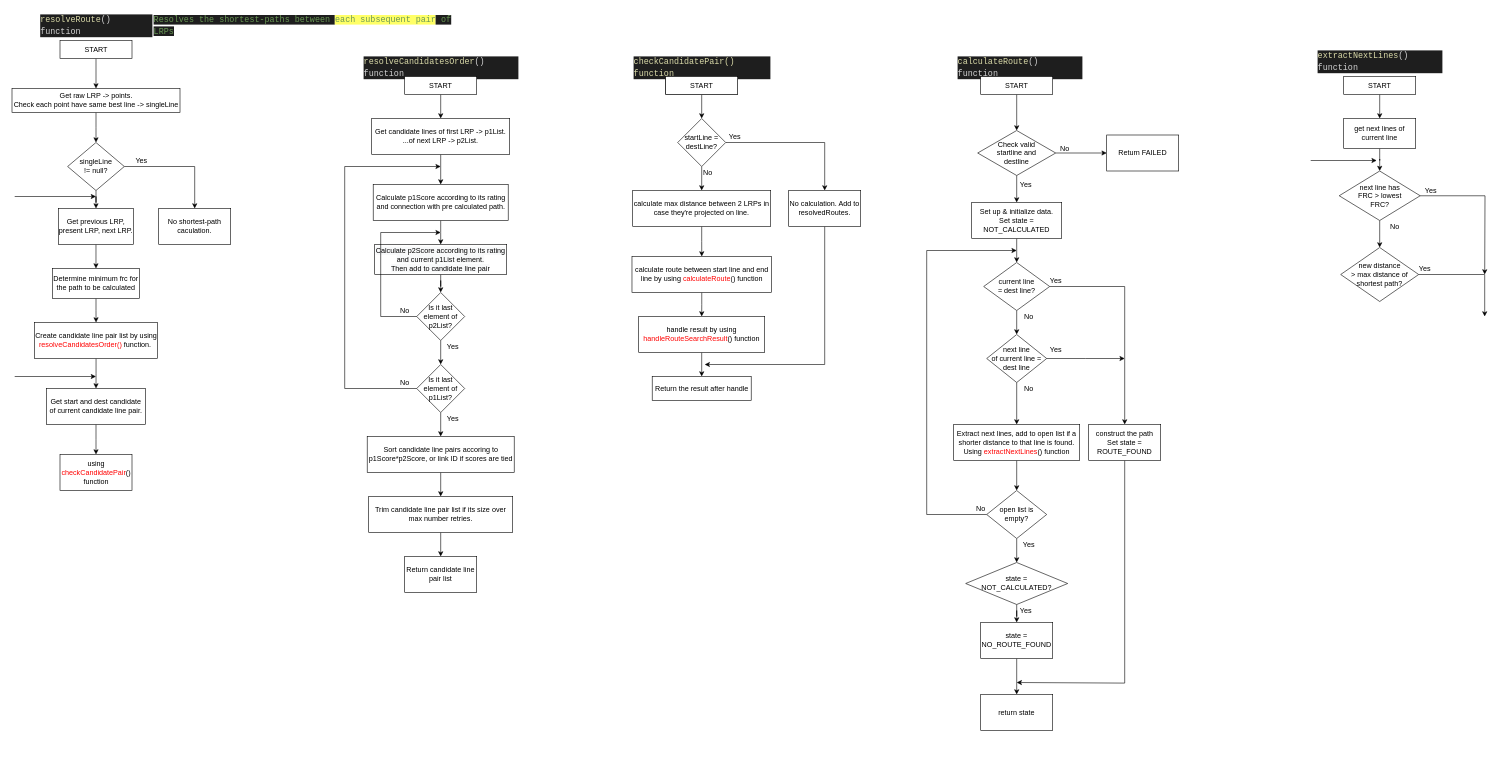
kiethuynh468/Test keeps this draw.io diagram as page "Resolve Route" (4 of 4) of AbstractDecoder.drawio. Above is the earlier version. Source tidied: cells renumbered, new cells numbered last; positions are measured from the earlier drawing's top-left corner, leaving out a move shared by most shapes. Both pictures are drawn from the tidied source at 60%, with x=0, y=0 at pixel (12, 10).
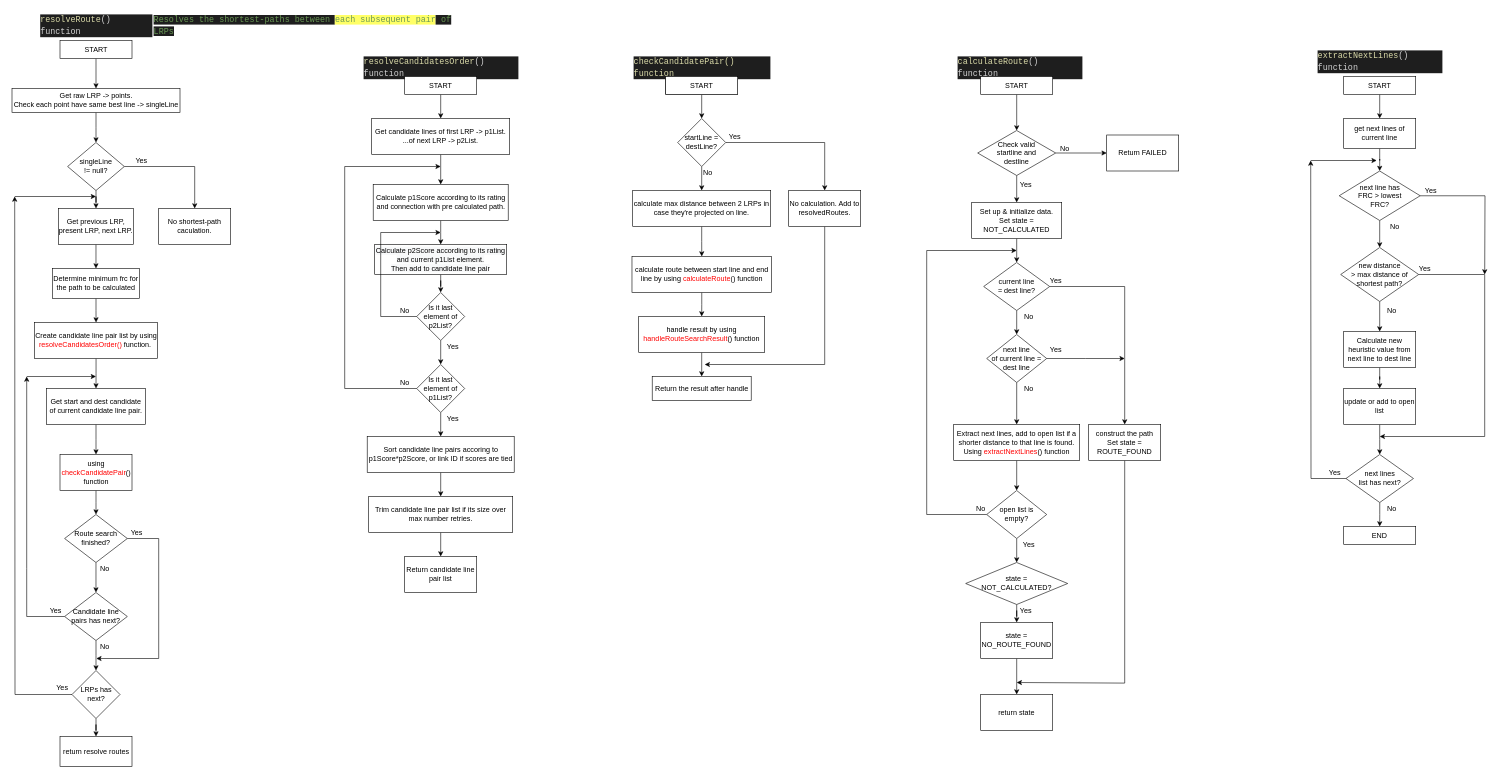
After the change.

The change refers to these unchanged cells:
```xml
<mxCell id="47" value="using &lt;font color=&quot;#ff0000&quot;&gt;checkCandidatePair&lt;/font&gt;() function" style="whiteSpace=wrap;html=1;rounded=0;" parent="1" vertex="1">
  <mxGeometry x="79.5" y="740" width="120" height="60" as="geometry" />
</mxCell>
<mxCell id="114" value="new distance&lt;br&gt;&amp;gt; max distance of &lt;br&gt;shortest path?" style="rhombus;whiteSpace=wrap;html=1;rounded=0;labelBackgroundColor=none;" parent="1" vertex="1">
  <mxGeometry x="2214" y="395" width="130" height="90" as="geometry" />
</mxCell>
```

The edit, as a diff of the source:
```diff
@@
     <mxCell id="43" style="edgeStyle=orthogonalEdgeStyle;rounded=0;orthogonalLoop=1;jettySize=auto;html=1;" parent="1" edge="1">
       <mxGeometry relative="1" as="geometry">
-        <mxPoint x="4" y="610" as="sourcePoint" />
+        <mxPoint x="24" y="610" as="sourcePoint" />
         <mxPoint x="139.5" y="610" as="targetPoint" />
         <Array as="points">
           <mxPoint x="49.5" y="610" />
           <mxPoint x="49.5" y="610" />
         </Array>
       </mxGeometry>
     </mxCell>
@@
+    <mxCell id="116" style="edgeStyle=orthogonalEdgeStyle;rounded=0;jettySize=auto;html=1;" parent="1" edge="1" source="47" target="131">
+      <mxGeometry relative="1" as="geometry" />
+    </mxCell>
@@
     <mxCell id="113" style="edgeStyle=orthogonalEdgeStyle;rounded=0;jettySize=auto;html=1;fontColor=#000000;" parent="1" edge="1" source="114">
       <mxGeometry relative="1" as="geometry">
-        <mxPoint x="2454" y="510" as="targetPoint" />
+        <mxPoint x="2279" y="710" as="targetPoint" />
         <Array as="points">
           <mxPoint x="2454" y="440" />
         </Array>
       </mxGeometry>
     </mxCell>
+    <mxCell id="117" style="edgeStyle=orthogonalEdgeStyle;rounded=0;jettySize=auto;html=1;" parent="1" edge="1" source="114" target="119">
+      <mxGeometry relative="1" as="geometry" />
+    </mxCell>
@@
+    <mxCell id="118" style="edgeStyle=orthogonalEdgeStyle;rounded=0;jettySize=auto;html=1;" parent="1" edge="1" source="119" target="122">
+      <mxGeometry relative="1" as="geometry" />
+    </mxCell>
+    <mxCell id="119" value="Calculate new heuristic value from next line to dest line" style="whiteSpace=wrap;html=1;rounded=0;labelBackgroundColor=none;" parent="1" vertex="1">
+      <mxGeometry x="2219" y="535" width="120" height="60" as="geometry" />
+    </mxCell>
+    <mxCell id="120" value="No" style="text;html=1;align=center;verticalAlign=middle;strokeColor=none;fillColor=none;fontColor=#000000;" parent="1" vertex="1">
+      <mxGeometry x="2284" y="490" width="30" height="20" as="geometry" />
+    </mxCell>
+    <mxCell id="121" style="edgeStyle=orthogonalEdgeStyle;rounded=0;jettySize=auto;html=1;" parent="1" edge="1" source="122" target="125">
+      <mxGeometry relative="1" as="geometry" />
+    </mxCell>
+    <mxCell id="122" value="update or add to open list" style="whiteSpace=wrap;html=1;rounded=0;labelBackgroundColor=none;" parent="1" vertex="1">
+      <mxGeometry x="2219" y="630" width="120" height="60" as="geometry" />
+    </mxCell>
+    <mxCell id="123" style="edgeStyle=orthogonalEdgeStyle;rounded=0;jettySize=auto;html=1;" parent="1" edge="1" source="125">
+      <mxGeometry relative="1" as="geometry">
+        <mxPoint x="2164" y="250" as="targetPoint" />
+      </mxGeometry>
+    </mxCell>
+    <mxCell id="124" style="edgeStyle=orthogonalEdgeStyle;rounded=0;jettySize=auto;html=1;" parent="1" edge="1" source="125" target="126">
+      <mxGeometry relative="1" as="geometry" />
+    </mxCell>
+    <mxCell id="125" value="next lines &lt;br&gt;list has next?" style="rhombus;whiteSpace=wrap;html=1;rounded=0;labelBackgroundColor=none;" parent="1" vertex="1">
+      <mxGeometry x="2222.8" y="740" width="112.5" height="80" as="geometry" />
+    </mxCell>
+    <mxCell id="126" value="END" style="whiteSpace=wrap;html=1;rounded=0;labelBackgroundColor=none;" parent="1" vertex="1">
+      <mxGeometry x="2219" y="860" width="120" height="30" as="geometry" />
+    </mxCell>
+    <mxCell id="127" value="Yes" style="text;html=1;align=center;verticalAlign=middle;strokeColor=none;fillColor=none;" parent="1" vertex="1">
+      <mxGeometry x="2189" y="760" width="30" height="20" as="geometry" />
+    </mxCell>
+    <mxCell id="128" value="No" style="text;html=1;align=center;verticalAlign=middle;strokeColor=none;fillColor=none;" parent="1" vertex="1">
+      <mxGeometry x="2284" y="820" width="30" height="20" as="geometry" />
+    </mxCell>
+    <mxCell id="129" style="edgeStyle=orthogonalEdgeStyle;rounded=0;jettySize=auto;html=1;" parent="1" edge="1" source="131" target="134">
+      <mxGeometry relative="1" as="geometry" />
+    </mxCell>
+    <mxCell id="130" style="edgeStyle=orthogonalEdgeStyle;rounded=0;jettySize=auto;html=1;" parent="1" edge="1" source="131">
+      <mxGeometry relative="1" as="geometry">
+        <mxPoint x="140" y="1080" as="targetPoint" />
+        <Array as="points">
+          <mxPoint x="244" y="880" />
+          <mxPoint x="244" y="1080" />
+        </Array>
+      </mxGeometry>
+    </mxCell>
+    <mxCell id="131" value="Route search finished?" style="rhombus;whiteSpace=wrap;html=1;rounded=0;" parent="1" vertex="1">
+      <mxGeometry x="87.2" y="840" width="104.5" height="80" as="geometry" />
+    </mxCell>
+    <mxCell id="132" style="edgeStyle=orthogonalEdgeStyle;rounded=0;jettySize=auto;html=1;" parent="1" edge="1" source="134">
+      <mxGeometry relative="1" as="geometry">
+        <mxPoint x="24" y="610" as="targetPoint" />
+        <Array as="points">
+          <mxPoint x="24" y="1010" />
+          <mxPoint x="24" y="930" />
+        </Array>
+      </mxGeometry>
+    </mxCell>
+    <mxCell id="133" style="edgeStyle=orthogonalEdgeStyle;rounded=0;jettySize=auto;html=1;" parent="1" edge="1" source="134" target="137">
+      <mxGeometry relative="1" as="geometry" />
+    </mxCell>
+    <mxCell id="134" value="Candidate line pairs has next?" style="rhombus;whiteSpace=wrap;html=1;rounded=0;" parent="1" vertex="1">
+      <mxGeometry x="87.2" y="970" width="104.5" height="80" as="geometry" />
+    </mxCell>
+    <mxCell id="135" style="edgeStyle=orthogonalEdgeStyle;rounded=0;jettySize=auto;html=1;" parent="1" edge="1" source="137">
+      <mxGeometry relative="1" as="geometry">
+        <mxPoint x="4" y="310" as="targetPoint" />
+      </mxGeometry>
+    </mxCell>
+    <mxCell id="136" style="edgeStyle=orthogonalEdgeStyle;rounded=0;jettySize=auto;html=1;" parent="1" edge="1" source="137" target="143">
+      <mxGeometry relative="1" as="geometry" />
+    </mxCell>
+    <mxCell id="137" value="LRPs has next?" style="rhombus;whiteSpace=wrap;html=1;rounded=0;" parent="1" vertex="1">
+      <mxGeometry x="99.5" y="1100" width="80" height="80" as="geometry" />
+    </mxCell>
+    <mxCell id="138" value="No" style="text;html=1;align=center;verticalAlign=middle;strokeColor=none;fillColor=none;" parent="1" vertex="1">
+      <mxGeometry x="139" y="920" width="30" height="20" as="geometry" />
+    </mxCell>
+    <mxCell id="139" value="Yes" style="text;html=1;align=center;verticalAlign=middle;strokeColor=none;fillColor=none;" parent="1" vertex="1">
+      <mxGeometry x="57.2" y="990" width="30" height="20" as="geometry" />
+    </mxCell>
+    <mxCell id="140" value="No" style="text;html=1;align=center;verticalAlign=middle;strokeColor=none;fillColor=none;" parent="1" vertex="1">
+      <mxGeometry x="139" y="1050" width="30" height="20" as="geometry" />
+    </mxCell>
+    <mxCell id="141" value="Yes" style="text;html=1;align=center;verticalAlign=middle;strokeColor=none;fillColor=none;" parent="1" vertex="1">
+      <mxGeometry x="68" y="1119" width="30" height="20" as="geometry" />
+    </mxCell>
+    <mxCell id="142" value="Yes" style="text;html=1;align=center;verticalAlign=middle;strokeColor=none;fillColor=none;" parent="1" vertex="1">
+      <mxGeometry x="191.8" y="860" width="30" height="20" as="geometry" />
+    </mxCell>
+    <mxCell id="143" value="return resolve routes" style="whiteSpace=wrap;html=1;rounded=0;" parent="1" vertex="1">
+      <mxGeometry x="79.5" y="1210" width="120" height="50" as="geometry" />
+    </mxCell>
```
